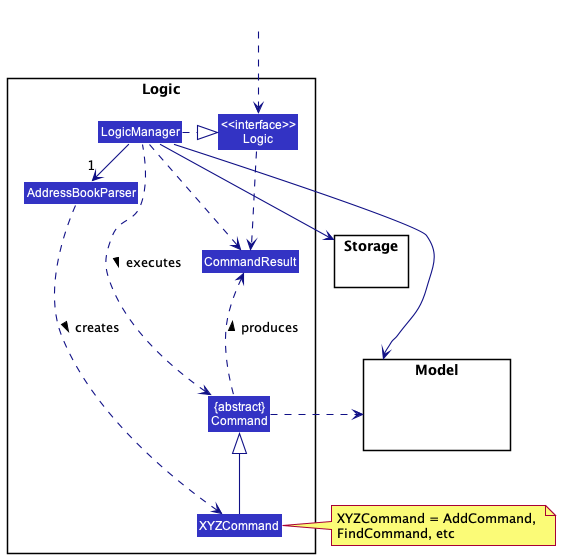
Earlier version of the PlantUML export docs/images/LogicClassDiagram.png (nus-cs2103-AY2223S2/tp).
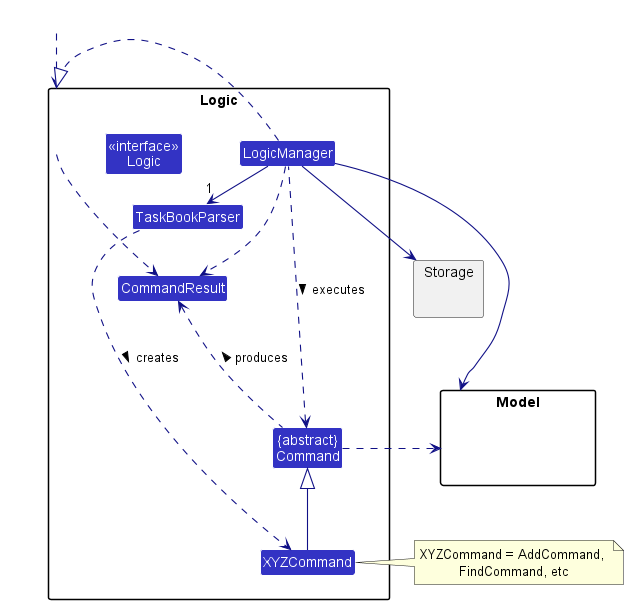
The same diagram one commit later.

What changed in the source:
```diff
@@ -6,7 +6,7 @@
 
 package Logic {
 
-Class AddressBookParser
+Class TaskBookParser
 Class XYZCommand
 Class CommandResult
 Class "{abstract}\nCommand" as Command
@@ -27,8 +27,8 @@
 HiddenOutside ..> Logic
 
 LogicManager .right.|> Logic
-LogicManager -right->"1" AddressBookParser
-AddressBookParser ..> XYZCommand : creates >
+LogicManager -right->"1" TaskBookParser
+TaskBookParser ..> XYZCommand : creates >
 
 XYZCommand -up-|> Command
 LogicManager .left.> Command : executes >
```
